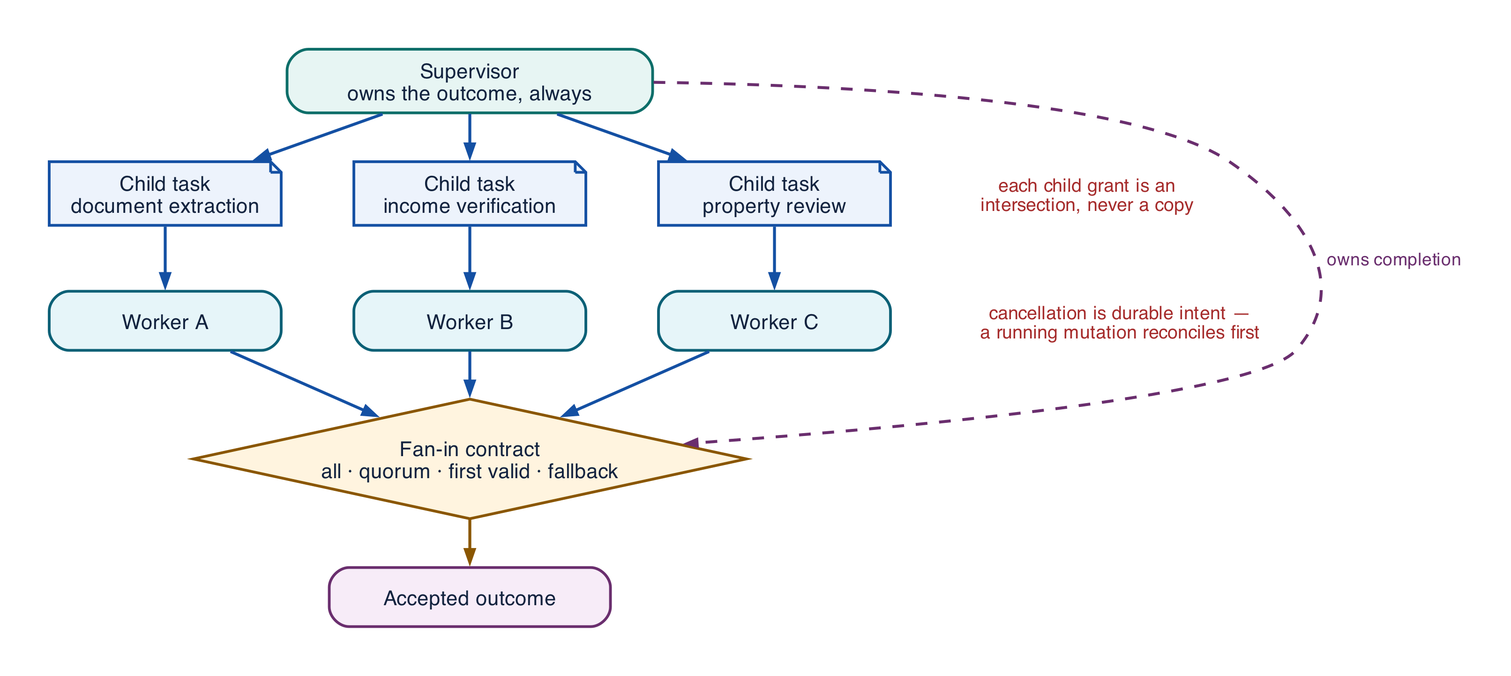
This is assets/diagrams/supervisor-worker.png from rrahimi-uci/building-enterprise-general-intelligence, a Graphviz export, as it was before one commit. Its source is kept beside it as assets/diagrams/src/supervisor-worker.gv.
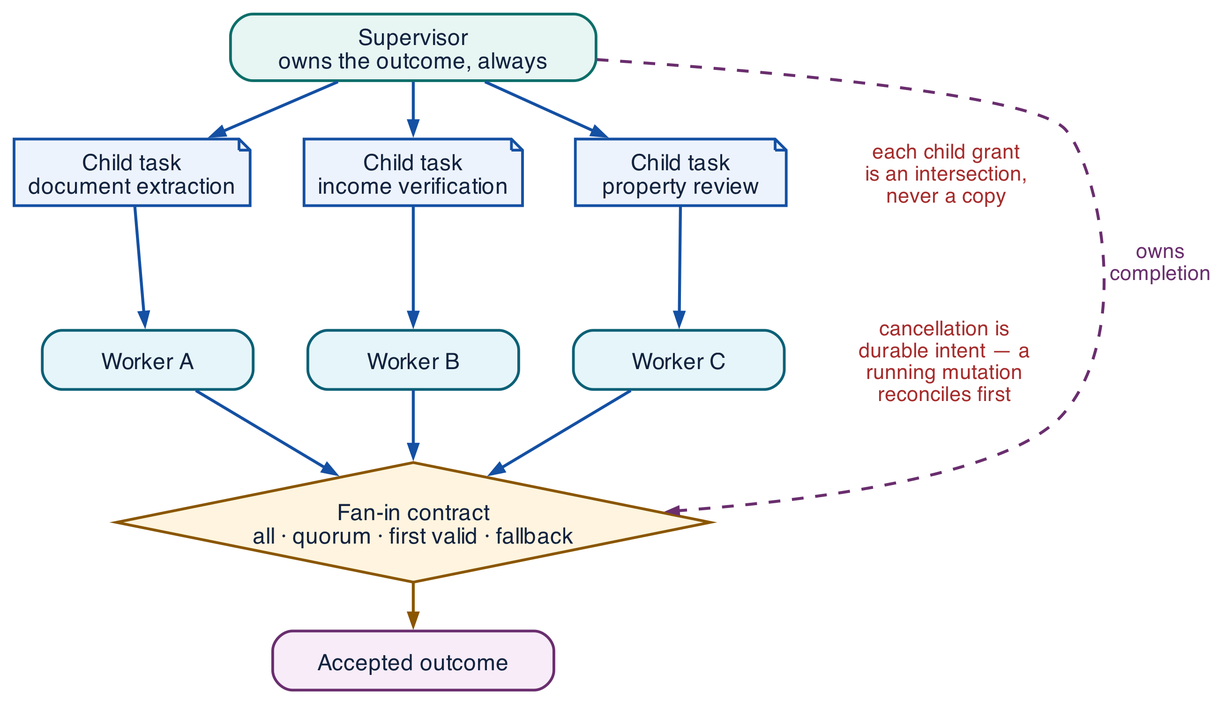
Later version of the same file.

Diff of the diagram source:
```diff
@@ -1,8 +1,8 @@
 digraph supervisor_worker {
   rankdir = TB
-  graph [ranksep=0.32, nodesep=0.26]
-  node [shape=box, style="filled,rounded", penwidth=1.4, fontsize=10.5,
-        margin="0.12,0.07", height=0.42, width=1.65]
+  graph [ranksep=0.32, nodesep=0.20, pad=0.1]
+  node [shape=box, style="filled,rounded", penwidth=1.4, fontsize=11.5,
+        margin="0.10,0.07", height=0.42, width=1.5]
   edge [arrowsize=0.65, penwidth=1.5, color="#1450A3"]
 
   sup [label="Supervisor\nowns the outcome, always", fillcolor="#E7F5F3",
@@ -21,20 +21,20 @@
 
   join [label="Fan-in contract\nall · quorum · first valid · fallback",
         shape=diamond, style=filled, fillcolor="#FFF4DF", color="#8A5600",
-        height=0.85, width=3.4]
+        height=0.85, width=3.2]
   out  [label="Accepted outcome", fillcolor="#F7ECF8", color="#6A2E6E", width=2.0]
 
-  grant [label="each child grant is an\nintersection, never a copy",
-         shape=plaintext, style="", fontsize=9.5, fontcolor="#A62C2C"]
-  canc  [label="cancellation is durable intent —\na running mutation reconciles first",
-         shape=plaintext, style="", fontsize=9.5, fontcolor="#A62C2C"]
+  grant [label="each child grant\nis an intersection,\nnever a copy",
+         shape=plaintext, style="", fontsize=10.5, fontcolor="#A62C2C"]
+  canc  [label="cancellation is\ndurable intent — a\nrunning mutation\nreconciles first",
+         shape=plaintext, style="", fontsize=10.5, fontcolor="#A62C2C"]
 
   sup -> t1; sup -> t2; sup -> t3
   t1 -> w1; t2 -> w2; t3 -> w3
   w1 -> join; w2 -> join; w3 -> join
   join -> out [color="#8A5600"]
   sup -> join [color="#6A2E6E", style=dashed, arrowsize=0.5,
-               label="  owns completion", fontsize=9, fontcolor="#6A2E6E",
+               label=" owns\n completion", fontsize=10.5, fontcolor="#6A2E6E",
                constraint=false]
 
   { rank=same; t1 -> t2 -> t3 -> grant [style=invis] }
```
